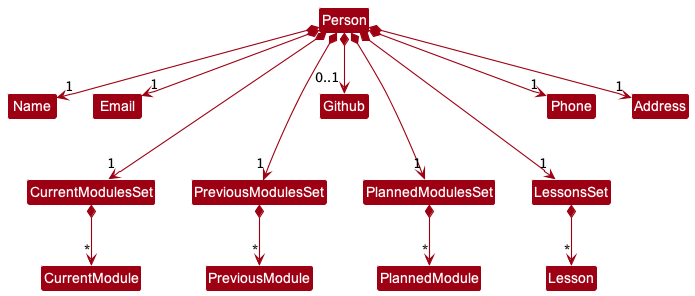
Earlier version of the PlantUML export docs/images/PersonClassDiagram.png (nus-cs2103-AY2223S1/tp). The source it was exported from:
```plantuml
@startuml
!include style.puml
skinparam arrowThickness 1.1
skinparam arrowColor MODEL_COLOR
skinparam classBackgroundColor MODEL_COLOR

Person *--> "1" Name
Person *--> "1" Email
Person *--> "0..1" Github
Person *--> "1" Phone
Person *--> "1" Address
Person *--> "1" CurrentModulesSet
Person *--> "1" PreviousModulesSet
Person *--> "1" PlannedModulesSet
Person *--> "1" LessonsSet

CurrentModulesSet *--> "*" CurrentModule
PreviousModulesSet *--> "*" PreviousModule
PlannedModulesSet *--> "*" PlannedModule
LessonsSet *--> "*" Lesson

Github -down[hidden]-> CurrentModulesSet
Github -down[hidden]-> PreviousModulesSet
Github -down[hidden]-> PlannedModulesSet
Github -down[hidden]-> LessonsSet
@enduml
```
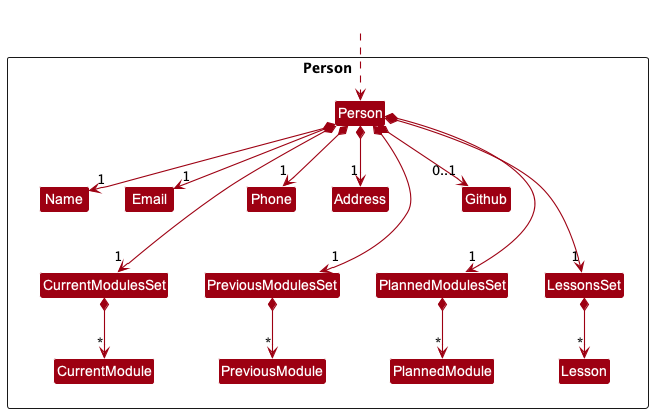
After the change.

Commit message:
Include black border on class diagrams

Diff of the diagram source:
```diff
@@ -4,6 +4,10 @@
 skinparam arrowColor MODEL_COLOR
 skinparam classBackgroundColor MODEL_COLOR
 
+Class HiddenOutside #FFFFFF
+HiddenOutside ..> Person
+
+Package Person <<Rectangle>>{
 Person *--> "1" Name
 Person *--> "1" Email
 Person *--> "0..1" Github
@@ -23,4 +27,6 @@
 Github -down[hidden]-> PreviousModulesSet
 Github -down[hidden]-> PlannedModulesSet
 Github -down[hidden]-> LessonsSet
+}
+
 @enduml
```
